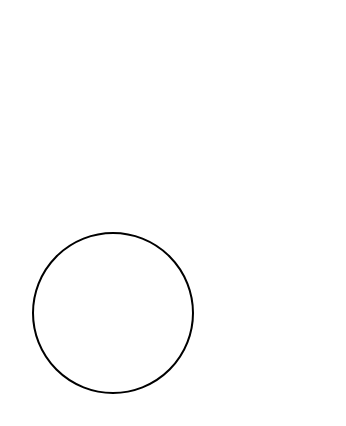
Before: BypassMergeSortShuffleWriter.drawio in yugecxy/study-notes, a draw.io diagram. Source tidied: cells renumbered, new cells numbered last; positions are measured from the earlier drawing's top-left corner, leaving out a move shared by most shapes. Both pictures are drawn from the tidied source at 200%, with x=0, y=0 at pixel (32, 232).
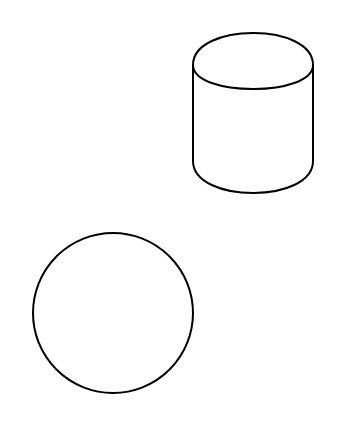
Above is the later version.

Diff of the diagram source:
```diff
@@
 <mxGraphModel>
   <root>
     <mxCell id="0" />
     <mxCell id="1" parent="0" />
     <mxCell id="2" style="ellipse;whiteSpace=wrap;html=1;" parent="1" vertex="1">
       <mxGeometry width="80" height="80" as="geometry" />
     </mxCell>
+    <mxCell id="3" style="shape=cylinder;whiteSpace=wrap;html=1;boundedLbl=1;backgroundOutline=1;" parent="1" vertex="1">
+      <mxGeometry x="80" y="-100" width="60" height="80" as="geometry" />
+    </mxCell>
   </root>
 </mxGraphModel>
```
